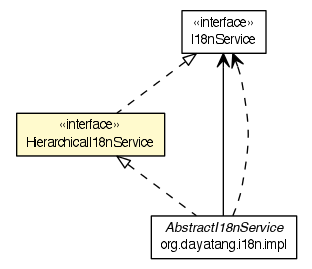
Above: apidocs/org/dayatang/i18n/HierarchicalI18nService.png in dayatang/dddlib (Graphviz), before the change. Its source is kept beside it as apidocs/org/dayatang/i18n/HierarchicalI18nService.dot. The source it was exported from:
```dot

digraph G {
	edge [fontname="Helvetica",fontsize=10,labelfontname="Helvetica",labelfontsize=10];
	node [fontname="Helvetica",fontsize=10,shape=plaintext];
	nodesep=0.25;
	ranksep=0.5;
	c55514 [label=<<table title="org.dayatang.i18n.I18nService" border="0" cellborder="1" cellspacing="0" cellpadding="2" port="p" href="./I18nService.html">
		<tr><td><table border="0" cellspacing="0" cellpadding="1">
<tr><td align="center" balign="center"> &#171;interface&#187; </td></tr>
<tr><td align="center" balign="center"> I18nService </td></tr>
		</table></td></tr>
		</table>>, URL="./I18nService.html", fontname="Helvetica", fontcolor="black", fontsize=10.0];
	c55515 [label=<<table title="org.dayatang.i18n.HierarchicalI18nService" border="0" cellborder="1" cellspacing="0" cellpadding="2" port="p" bgcolor="lemonChiffon" href="./HierarchicalI18nService.html">
		<tr><td><table border="0" cellspacing="0" cellpadding="1">
<tr><td align="center" balign="center"> &#171;interface&#187; </td></tr>
<tr><td align="center" balign="center"> HierarchicalI18nService </td></tr>
		</table></td></tr>
		</table>>, URL="./HierarchicalI18nService.html", fontname="Helvetica", fontcolor="black", fontsize=10.0];
	c55518 [label=<<table title="org.dayatang.i18n.impl.AbstractI18nService" border="0" cellborder="1" cellspacing="0" cellpadding="2" port="p" href="./impl/AbstractI18nService.html">
		<tr><td><table border="0" cellspacing="0" cellpadding="1">
<tr><td align="center" balign="center"><font face="Helvetica-Oblique"> AbstractI18nService </font></td></tr>
<tr><td align="center" balign="center"> org.dayatang.i18n.impl </td></tr>
		</table></td></tr>
		</table>>, URL="./impl/AbstractI18nService.html", fontname="Helvetica", fontcolor="black", fontsize=10.0];
	c55514:p -> c55515:p [dir=back,arrowtail=empty,style=dashed];
	c55515:p -> c55518:p [dir=back,arrowtail=empty,style=dashed];
	c55518:p -> c55514:p [taillabel="", label=" "headlabel="", fontname="Helvetica", fontcolor="black", fontsize=10.0, color="black", arrowhead=open];
	c55518:p -> c55514:p [taillabel="", label=" "headlabel="", fontname="Helvetica", fontcolor="black", fontsize=10.0, color="black", arrowhead=open, style=dashed];
}
```
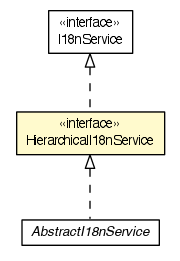
Later version of the same file.

The edit, as a diff of the source:
```diff
@@ -4,26 +4,23 @@
 	node [fontname="Helvetica",fontsize=10,shape=plaintext];
 	nodesep=0.25;
 	ranksep=0.5;
-	c55514 [label=<<table title="org.dayatang.i18n.I18nService" border="0" cellborder="1" cellspacing="0" cellpadding="2" port="p" href="./I18nService.html">
+	c55276 [label=<<table title="org.dayatang.i18n.I18nService" border="0" cellborder="1" cellspacing="0" cellpadding="2" port="p" href="./I18nService.html">
 		<tr><td><table border="0" cellspacing="0" cellpadding="1">
 <tr><td align="center" balign="center"> &#171;interface&#187; </td></tr>
 <tr><td align="center" balign="center"> I18nService </td></tr>
 		</table></td></tr>
 		</table>>, URL="./I18nService.html", fontname="Helvetica", fontcolor="black", fontsize=10.0];
-	c55515 [label=<<table title="org.dayatang.i18n.HierarchicalI18nService" border="0" cellborder="1" cellspacing="0" cellpadding="2" port="p" bgcolor="lemonChiffon" href="./HierarchicalI18nService.html">
+	c55277 [label=<<table title="org.dayatang.i18n.HierarchicalI18nService" border="0" cellborder="1" cellspacing="0" cellpadding="2" port="p" bgcolor="lemonChiffon" href="./HierarchicalI18nService.html">
 		<tr><td><table border="0" cellspacing="0" cellpadding="1">
 <tr><td align="center" balign="center"> &#171;interface&#187; </td></tr>
 <tr><td align="center" balign="center"> HierarchicalI18nService </td></tr>
 		</table></td></tr>
 		</table>>, URL="./HierarchicalI18nService.html", fontname="Helvetica", fontcolor="black", fontsize=10.0];
-	c55518 [label=<<table title="org.dayatang.i18n.impl.AbstractI18nService" border="0" cellborder="1" cellspacing="0" cellpadding="2" port="p" href="./impl/AbstractI18nService.html">
+	c55280 [label=<<table title="org.dayatang.i18n.impl.AbstractI18nService" border="0" cellborder="1" cellspacing="0" cellpadding="2" port="p" href="./impl/AbstractI18nService.html">
 		<tr><td><table border="0" cellspacing="0" cellpadding="1">
 <tr><td align="center" balign="center"><font face="Helvetica-Oblique"> AbstractI18nService </font></td></tr>
-<tr><td align="center" balign="center"> org.dayatang.i18n.impl </td></tr>
 		</table></td></tr>
 		</table>>, URL="./impl/AbstractI18nService.html", fontname="Helvetica", fontcolor="black", fontsize=10.0];
-	c55514:p -> c55515:p [dir=back,arrowtail=empty,style=dashed];
-	c55515:p -> c55518:p [dir=back,arrowtail=empty,style=dashed];
-	c55518:p -> c55514:p [taillabel="", label=" "headlabel="", fontname="Helvetica", fontcolor="black", fontsize=10.0, color="black", arrowhead=open];
-	c55518:p -> c55514:p [taillabel="", label=" "headlabel="", fontname="Helvetica", fontcolor="black", fontsize=10.0, color="black", arrowhead=open, style=dashed];
+	c55276:p -> c55277:p [dir=back,arrowtail=empty,style=dashed];
+	c55277:p -> c55280:p [dir=back,arrowtail=empty,style=dashed];
 }
```
